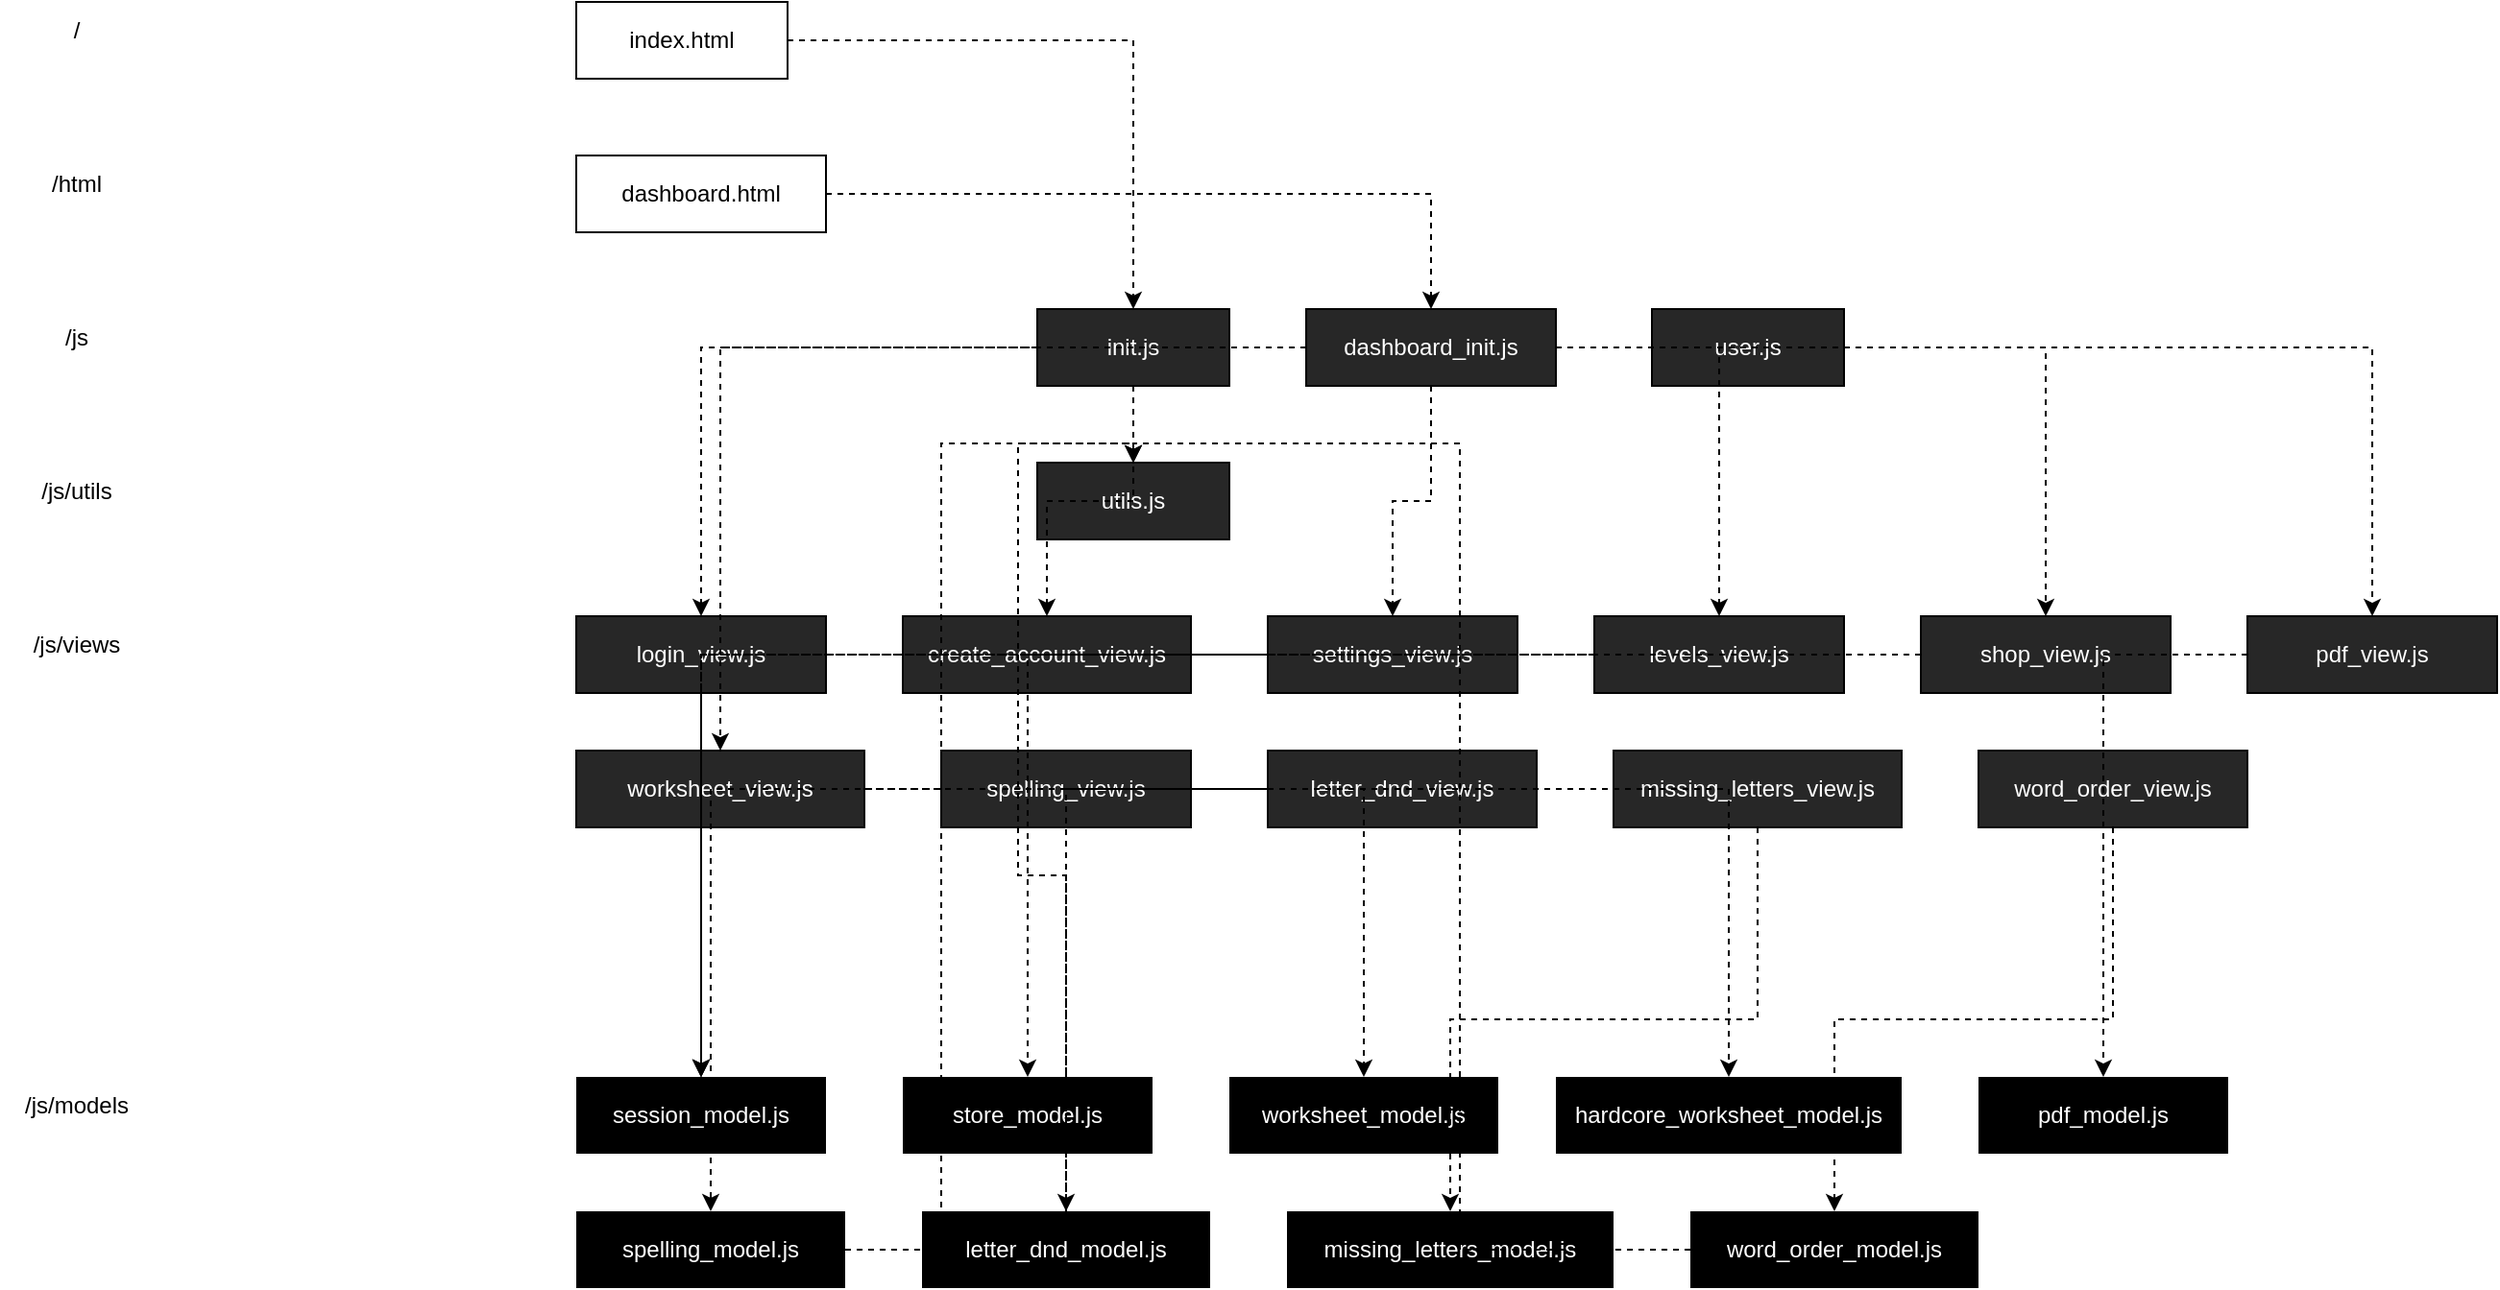
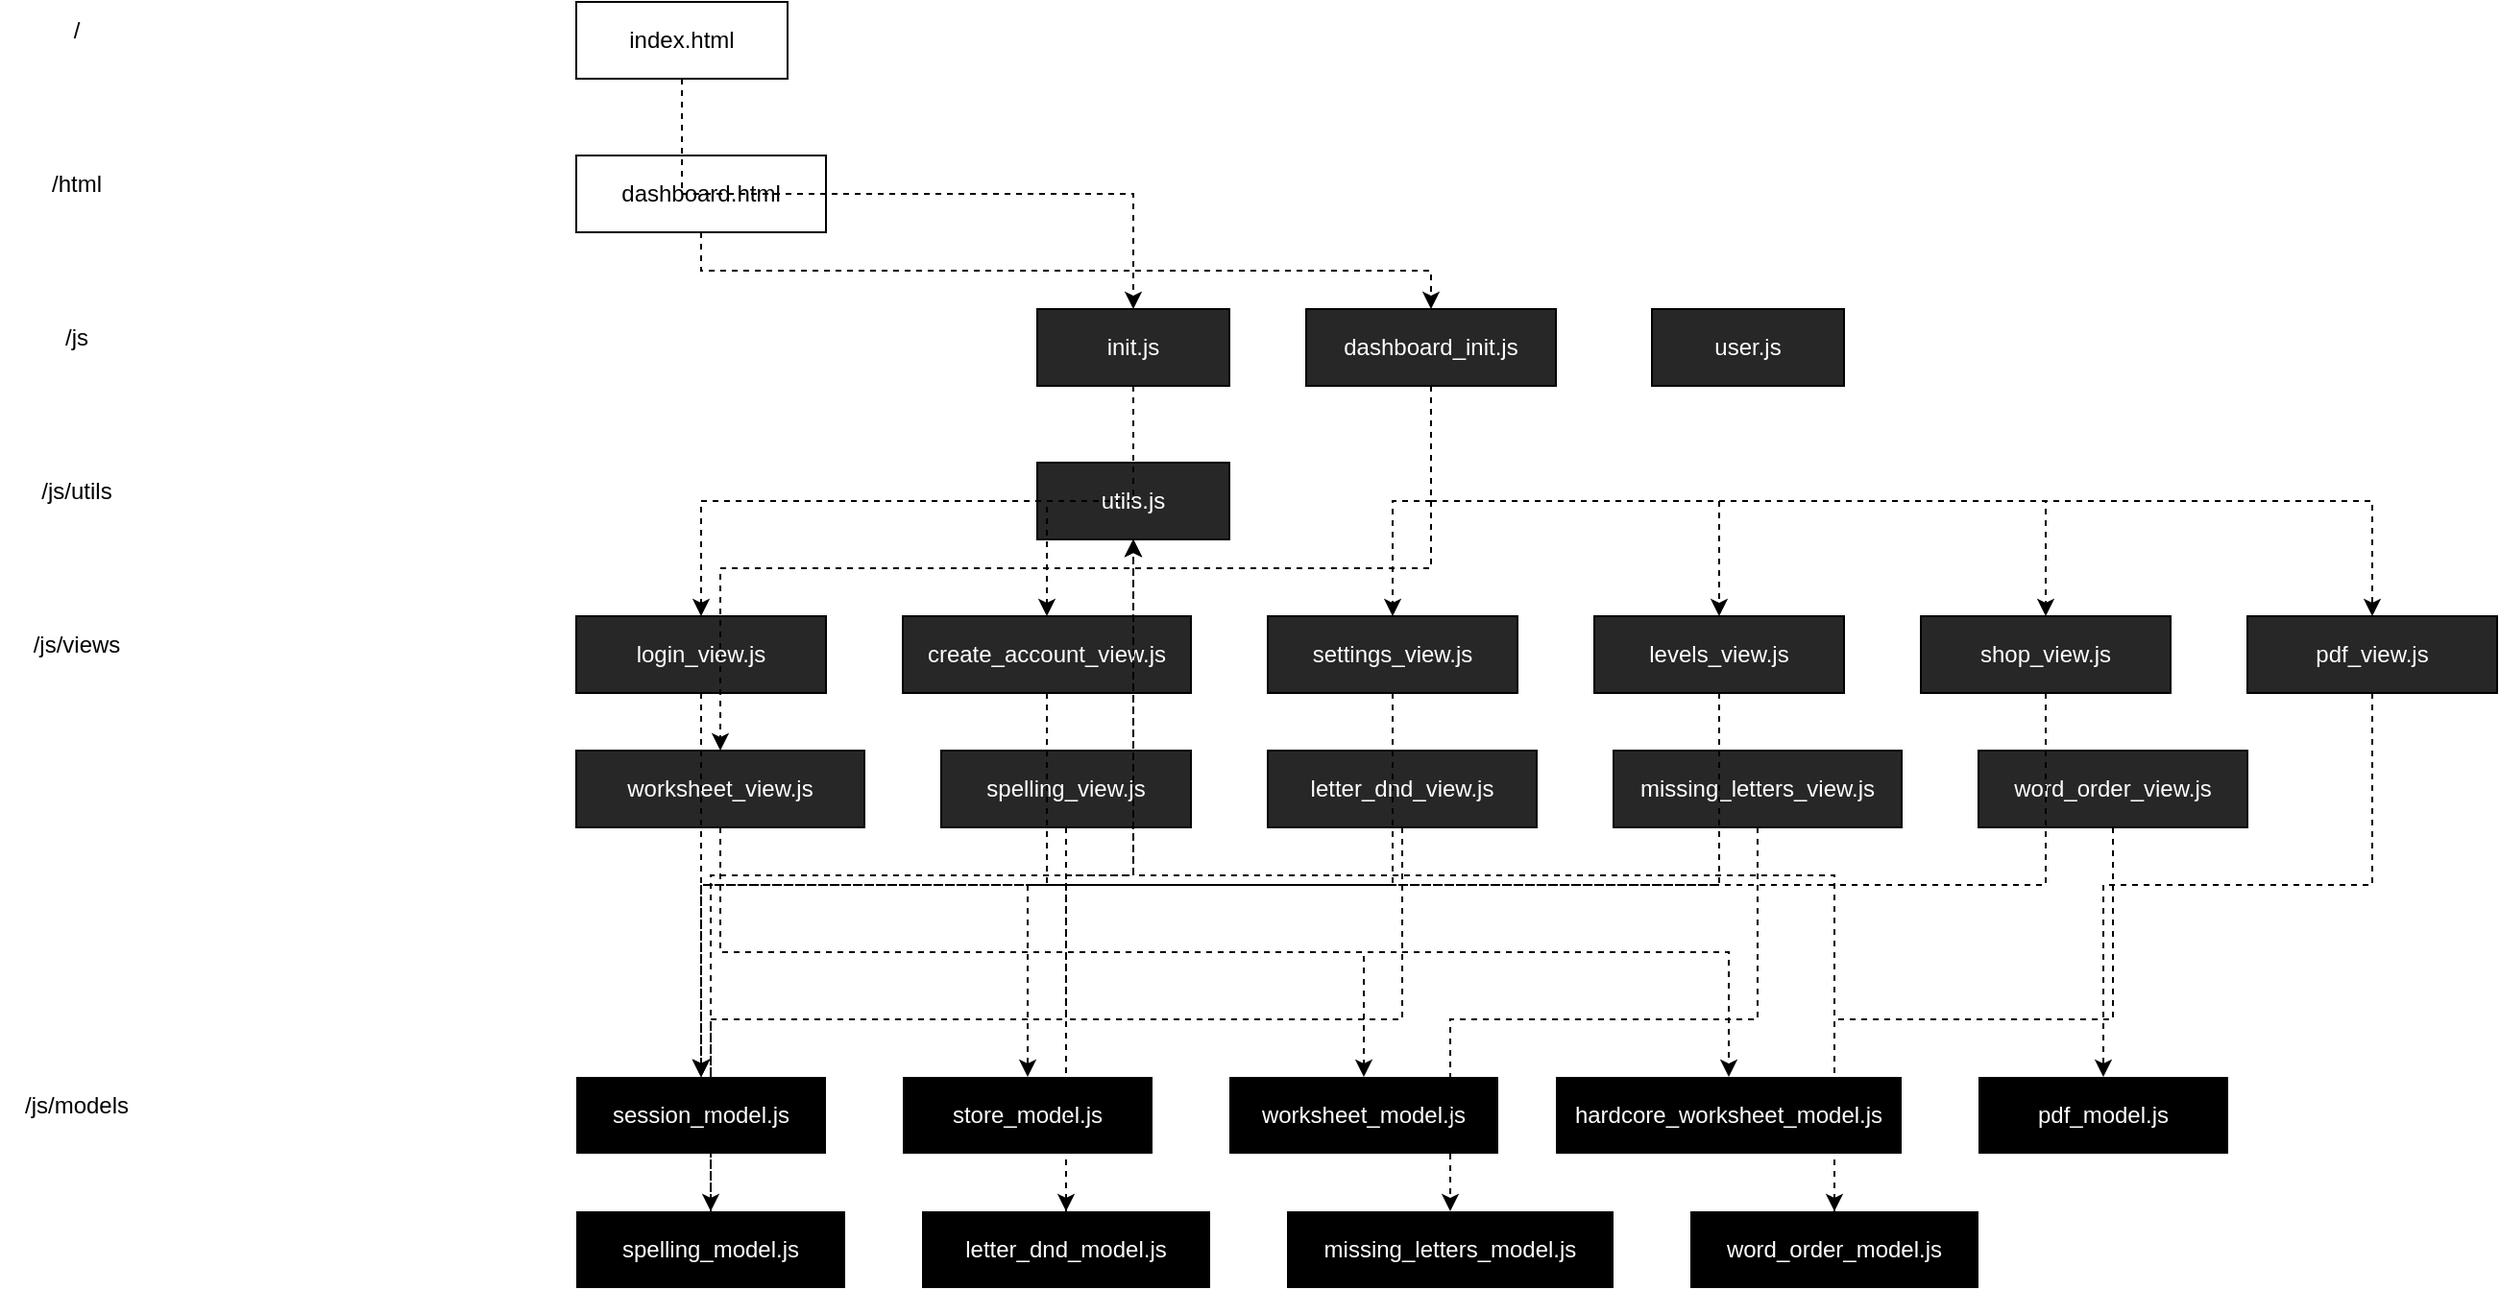
<mxfile host="Electron">
  <diagram name="Page-1" id="osGjP3OjkELTS3u6TDU0">
    <mxGraphModel dx="2367" dy="596" grid="1" gridSize="10" guides="1" tooltips="1" connect="1" arrows="1" fold="1" page="1" pageScale="1" pageWidth="1400" pageHeight="850" math="0" shadow="0">
      <root>
        <mxCell id="0" />
        <mxCell id="1" parent="0" />

        <!-- ====== Directory tree labels ====== -->
        <mxCell id="lbl-root" parent="1" style="html=1;whiteSpace=wrap;fillColor=none;strokeColor=none;" value="/" vertex="1">
          <mxGeometry height="30" width="80" x="-240" y="20" as="geometry" />
        </mxCell>
        <mxCell id="lbl-html" parent="1" style="html=1;whiteSpace=wrap;fillColor=none;strokeColor=none;" value="/html" vertex="1">
          <mxGeometry height="30" width="80" x="-240" y="100" as="geometry" />
        </mxCell>
        <mxCell id="lbl-js" parent="1" style="html=1;whiteSpace=wrap;fillColor=none;strokeColor=none;" value="/js" vertex="1">
          <mxGeometry height="30" width="80" x="-240" y="180" as="geometry" />
        </mxCell>
        <mxCell id="lbl-utils" parent="1" style="html=1;whiteSpace=wrap;fillColor=none;strokeColor=none;" value="/js/utils" vertex="1">
          <mxGeometry height="30" width="80" x="-240" y="260" as="geometry" />
        </mxCell>
        <mxCell id="lbl-views" parent="1" style="html=1;whiteSpace=wrap;fillColor=none;strokeColor=none;" value="/js/views" vertex="1">
          <mxGeometry height="30" width="80" x="-240" y="340" as="geometry" />
        </mxCell>
        <mxCell id="lbl-models" parent="1" style="html=1;whiteSpace=wrap;fillColor=none;strokeColor=none;" value="/js/models" vertex="1">
          <mxGeometry height="30" width="80" x="-240" y="580" as="geometry" />
        </mxCell>

        <!-- ====== HTML files ====== -->
        <mxCell id="html-index" parent="1" style="html=1;whiteSpace=wrap;fillColor=none;" value="index.html" vertex="1">
          <mxGeometry height="40" width="110" x="60" y="20" as="geometry" />
        </mxCell>
        <mxCell id="html-dash" parent="1" style="html=1;whiteSpace=wrap;fillColor=none;" value="dashboard.html" vertex="1">
          <mxGeometry height="40" width="130" x="60" y="100" as="geometry" />
        </mxCell>

        <!-- ====== JS entry points ====== -->
        <mxCell id="js-init" parent="1" style="html=1;whiteSpace=wrap;fillColor=#272727;fontColor=#FFFFFF;" value="init.js" vertex="1">
          <mxGeometry height="40" width="100" x="300" y="180" as="geometry" />
        </mxCell>
        <mxCell id="js-dash-init" parent="1" style="html=1;whiteSpace=wrap;fillColor=#272727;fontColor=#FFFFFF;" value="dashboard_init.js" vertex="1">
          <mxGeometry height="40" width="130" x="440" y="180" as="geometry" />
        </mxCell>
        <mxCell id="js-user" parent="1" style="html=1;whiteSpace=wrap;fillColor=#272727;fontColor=#FFFFFF;" value="user.js" vertex="1">
          <mxGeometry height="40" width="100" x="620" y="180" as="geometry" />
        </mxCell>

        <!-- ====== Utils ====== -->
        <mxCell id="js-utils" parent="1" style="html=1;whiteSpace=wrap;fillColor=#272727;fontColor=#FFFFFF;" value="utils.js" vertex="1">
          <mxGeometry height="40" width="100" x="300" y="260" as="geometry" />
        </mxCell>

        <!-- ====== Views — Row 1 ====== -->
        <mxCell id="view-login" parent="1" style="html=1;whiteSpace=wrap;fillColor=#272727;fontColor=#FFFFFF;" value="login_view.js" vertex="1">
          <mxGeometry height="40" width="130" x="60" y="340" as="geometry" />
        </mxCell>
        <mxCell id="view-createacct" parent="1" style="html=1;whiteSpace=wrap;fillColor=#272727;fontColor=#FFFFFF;" value="create_account_view.js" vertex="1">
          <mxGeometry height="40" width="150" x="230" y="340" as="geometry" />
        </mxCell>
        <mxCell id="view-settings" parent="1" style="html=1;whiteSpace=wrap;fillColor=#272727;fontColor=#FFFFFF;" value="settings_view.js" vertex="1">
          <mxGeometry height="40" width="130" x="420" y="340" as="geometry" />
        </mxCell>
        <mxCell id="view-levels" parent="1" style="html=1;whiteSpace=wrap;fillColor=#272727;fontColor=#FFFFFF;" value="levels_view.js" vertex="1">
          <mxGeometry height="40" width="130" x="590" y="340" as="geometry" />
        </mxCell>
        <mxCell id="view-shop" parent="1" style="html=1;whiteSpace=wrap;fillColor=#272727;fontColor=#FFFFFF;" value="shop_view.js" vertex="1">
          <mxGeometry height="40" width="130" x="760" y="340" as="geometry" />
        </mxCell>
        <mxCell id="view-pdf" parent="1" style="html=1;whiteSpace=wrap;fillColor=#272727;fontColor=#FFFFFF;" value="pdf_view.js" vertex="1">
          <mxGeometry height="40" width="130" x="930" y="340" as="geometry" />
        </mxCell>

        <!-- ====== Views — Row 2 ====== -->
        <mxCell id="view-worksheet" parent="1" style="html=1;whiteSpace=wrap;fillColor=#272727;fontColor=#FFFFFF;" value="worksheet_view.js" vertex="1">
          <mxGeometry height="40" width="150" x="60" y="410" as="geometry" />
        </mxCell>
        <mxCell id="view-spelling" parent="1" style="html=1;whiteSpace=wrap;fillColor=#272727;fontColor=#FFFFFF;" value="spelling_view.js" vertex="1">
          <mxGeometry height="40" width="130" x="250" y="410" as="geometry" />
        </mxCell>
        <mxCell id="view-letterdnd" parent="1" style="html=1;whiteSpace=wrap;fillColor=#272727;fontColor=#FFFFFF;" value="letter_dnd_view.js" vertex="1">
          <mxGeometry height="40" width="140" x="420" y="410" as="geometry" />
        </mxCell>
        <mxCell id="view-missing" parent="1" style="html=1;whiteSpace=wrap;fillColor=#272727;fontColor=#FFFFFF;" value="missing_letters_view.js" vertex="1">
          <mxGeometry height="40" width="150" x="600" y="410" as="geometry" />
        </mxCell>
        <mxCell id="view-wordorder" parent="1" style="html=1;whiteSpace=wrap;fillColor=#272727;fontColor=#FFFFFF;" value="word_order_view.js" vertex="1">
          <mxGeometry height="40" width="140" x="790" y="410" as="geometry" />
        </mxCell>

        <!-- ====== Models ====== -->
        <mxCell id="model-session" parent="1" style="html=1;whiteSpace=wrap;fillColor=#000000;fontColor=#FFFFFF;strokeColor=none;" value="session_model.js" vertex="1">
          <mxGeometry height="40" width="130" x="60" y="580" as="geometry" />
        </mxCell>
        <mxCell id="model-store" parent="1" style="html=1;whiteSpace=wrap;fillColor=#000000;fontColor=#FFFFFF;strokeColor=none;" value="store_model.js" vertex="1">
          <mxGeometry height="40" width="130" x="230" y="580" as="geometry" />
        </mxCell>
        <mxCell id="model-worksheet" parent="1" style="html=1;whiteSpace=wrap;fillColor=#000000;fontColor=#FFFFFF;strokeColor=none;" value="worksheet_model.js" vertex="1">
          <mxGeometry height="40" width="140" x="400" y="580" as="geometry" />
        </mxCell>
        <mxCell id="model-hardcore" parent="1" style="html=1;whiteSpace=wrap;fillColor=#000000;fontColor=#FFFFFF;strokeColor=none;" value="hardcore_worksheet_model.js" vertex="1">
          <mxGeometry height="40" width="180" x="570" y="580" as="geometry" />
        </mxCell>
        <mxCell id="model-pdf" parent="1" style="html=1;whiteSpace=wrap;fillColor=#000000;fontColor=#FFFFFF;strokeColor=none;" value="pdf_model.js" vertex="1">
          <mxGeometry height="40" width="130" x="790" y="580" as="geometry" />
        </mxCell>
        <mxCell id="model-spelling" parent="1" style="html=1;whiteSpace=wrap;fillColor=#000000;fontColor=#FFFFFF;strokeColor=none;" value="spelling_model.js" vertex="1">
          <mxGeometry height="40" width="140" x="60" y="650" as="geometry" />
        </mxCell>
        <mxCell id="model-letterdnd" parent="1" style="html=1;whiteSpace=wrap;fillColor=#000000;fontColor=#FFFFFF;strokeColor=none;" value="letter_dnd_model.js" vertex="1">
          <mxGeometry height="40" width="150" x="240" y="650" as="geometry" />
        </mxCell>
        <mxCell id="model-missing" parent="1" style="html=1;whiteSpace=wrap;fillColor=#000000;fontColor=#FFFFFF;strokeColor=none;" value="missing_letters_model.js" vertex="1">
          <mxGeometry height="40" width="170" x="430" y="650" as="geometry" />
        </mxCell>
        <mxCell id="model-wordorder" parent="1" style="html=1;whiteSpace=wrap;fillColor=#000000;fontColor=#FFFFFF;strokeColor=none;" value="word_order_model.js" vertex="1">
          <mxGeometry height="40" width="150" x="640" y="650" as="geometry" />
        </mxCell>

        <!-- ====== Edges: HTML → JS entry points ====== -->
-         <mxCell id="edge-index-init" edge="1" parent="1" source="html-index" style="edgeStyle=orthogonalEdgeStyle;rounded=0;dashed=1;entryX=0.5;entryY=0;" target="js-init">
-           <mxGeometry relative="1" as="geometry" />
-         </mxCell>
-         <mxCell id="edge-dash-dashinit" edge="1" parent="1" source="html-dash" style="edgeStyle=orthogonalEdgeStyle;rounded=0;dashed=1;entryX=0.5;entryY=0;" target="js-dash-init">
+         <mxCell id="edge-index-init" edge="1" parent="1" source="html-index" style="edgeStyle=orthogonalEdgeStyle;rounded=0;orthogonalLoop=1;jettySize=auto;html=1;exitX=0.5;exitY=1;exitDx=0;exitDy=0;entryX=0.5;entryY=0;entryDx=0;entryDy=0;dashed=1;" target="js-init">
+           <mxGeometry relative="1" as="geometry" />
+         </mxCell>
+         <mxCell id="edge-dash-dashinit" edge="1" parent="1" source="html-dash" style="edgeStyle=orthogonalEdgeStyle;rounded=0;orthogonalLoop=1;jettySize=auto;html=1;exitX=0.5;exitY=1;exitDx=0;exitDy=0;entryX=0.5;entryY=0;entryDx=0;entryDy=0;dashed=1;" target="js-dash-init">
          <mxGeometry relative="1" as="geometry" />
        </mxCell>

        <!-- ====== Edges: dashboard_init.js → views ====== -->
-         <mxCell id="edge-dashinit-settings" edge="1" parent="1" source="js-dash-init" style="edgeStyle=orthogonalEdgeStyle;rounded=0;dashed=1;entryX=0.5;entryY=0;" target="view-settings">
-           <mxGeometry relative="1" as="geometry" />
-         </mxCell>
-         <mxCell id="edge-dashinit-levels" edge="1" parent="1" source="js-dash-init" style="edgeStyle=orthogonalEdgeStyle;rounded=0;dashed=1;entryX=0.5;entryY=0;" target="view-levels">
-           <mxGeometry relative="1" as="geometry" />
-         </mxCell>
-         <mxCell id="edge-dashinit-shop" edge="1" parent="1" source="js-dash-init" style="edgeStyle=orthogonalEdgeStyle;rounded=0;dashed=1;entryX=0.5;entryY=0;" target="view-shop">
-           <mxGeometry relative="1" as="geometry" />
-         </mxCell>
-         <mxCell id="edge-dashinit-pdf" edge="1" parent="1" source="js-dash-init" style="edgeStyle=orthogonalEdgeStyle;rounded=0;dashed=1;entryX=0.5;entryY=0;" target="view-pdf">
-           <mxGeometry relative="1" as="geometry" />
-         </mxCell>
-         <mxCell id="edge-dashinit-worksheet" edge="1" parent="1" source="js-dash-init" style="edgeStyle=orthogonalEdgeStyle;rounded=0;dashed=1;entryX=0.5;entryY=0;" target="view-worksheet">
+         <mxCell id="edge-dashinit-settings" edge="1" parent="1" source="js-dash-init" style="edgeStyle=orthogonalEdgeStyle;rounded=0;orthogonalLoop=1;jettySize=auto;html=1;exitX=0.5;exitY=1;exitDx=0;exitDy=0;entryX=0.5;entryY=0;entryDx=0;entryDy=0;dashed=1;" target="view-settings">
+           <mxGeometry relative="1" as="geometry" />
+         </mxCell>
+         <mxCell id="edge-dashinit-levels" edge="1" parent="1" source="js-dash-init" style="edgeStyle=orthogonalEdgeStyle;rounded=0;orthogonalLoop=1;jettySize=auto;html=1;exitX=0.5;exitY=1;exitDx=0;exitDy=0;entryX=0.5;entryY=0;entryDx=0;entryDy=0;dashed=1;" target="view-levels">
+           <mxGeometry relative="1" as="geometry" />
+         </mxCell>
+         <mxCell id="edge-dashinit-shop" edge="1" parent="1" source="js-dash-init" style="edgeStyle=orthogonalEdgeStyle;rounded=0;orthogonalLoop=1;jettySize=auto;html=1;exitX=0.5;exitY=1;exitDx=0;exitDy=0;entryX=0.5;entryY=0;entryDx=0;entryDy=0;dashed=1;" target="view-shop">
+           <mxGeometry relative="1" as="geometry" />
+         </mxCell>
+         <mxCell id="edge-dashinit-pdf" edge="1" parent="1" source="js-dash-init" style="edgeStyle=orthogonalEdgeStyle;rounded=0;orthogonalLoop=1;jettySize=auto;html=1;exitX=0.5;exitY=1;exitDx=0;exitDy=0;entryX=0.5;entryY=0;entryDx=0;entryDy=0;dashed=1;" target="view-pdf">
+           <mxGeometry relative="1" as="geometry" />
+         </mxCell>
+         <mxCell id="edge-dashinit-worksheet" edge="1" parent="1" source="js-dash-init" style="edgeStyle=orthogonalEdgeStyle;rounded=0;orthogonalLoop=1;jettySize=auto;html=1;exitX=0.5;exitY=1;exitDx=0;exitDy=0;entryX=0.5;entryY=0;entryDx=0;entryDy=0;dashed=1;" target="view-worksheet">
          <mxGeometry relative="1" as="geometry" />
        </mxCell>

        <!-- ====== Edges: init.js → landing views ====== -->
-         <mxCell id="edge-init-login" edge="1" parent="1" source="js-init" style="edgeStyle=orthogonalEdgeStyle;rounded=0;dashed=1;entryX=0.5;entryY=0;" target="view-login">
-           <mxGeometry relative="1" as="geometry" />
-         </mxCell>
-         <mxCell id="edge-init-createacct" edge="1" parent="1" source="js-init" style="edgeStyle=orthogonalEdgeStyle;rounded=0;dashed=1;entryX=0.5;entryY=0;" target="view-createacct">
+         <mxCell id="edge-init-login" edge="1" parent="1" source="js-init" style="edgeStyle=orthogonalEdgeStyle;rounded=0;orthogonalLoop=1;jettySize=auto;html=1;exitX=0.5;exitY=1;exitDx=0;exitDy=0;entryX=0.5;entryY=0;entryDx=0;entryDy=0;dashed=1;" target="view-login">
+           <mxGeometry relative="1" as="geometry" />
+         </mxCell>
+         <mxCell id="edge-init-createacct" edge="1" parent="1" source="js-init" style="edgeStyle=orthogonalEdgeStyle;rounded=0;orthogonalLoop=1;jettySize=auto;html=1;exitX=0.5;exitY=1;exitDx=0;exitDy=0;entryX=0.5;entryY=0;entryDx=0;entryDy=0;dashed=1;" target="view-createacct">
          <mxGeometry relative="1" as="geometry" />
        </mxCell>

        <!-- ====== Edges: views → models ====== -->
-         <mxCell id="edge-worksheet-model" edge="1" parent="1" source="view-worksheet" style="edgeStyle=orthogonalEdgeStyle;rounded=0;dashed=1;entryX=0.5;entryY=0;" target="model-worksheet">
-           <mxGeometry relative="1" as="geometry" />
-         </mxCell>
-         <mxCell id="edge-worksheet-hardcore" edge="1" parent="1" source="view-worksheet" style="edgeStyle=orthogonalEdgeStyle;rounded=0;dashed=1;entryX=0.5;entryY=0;" target="model-hardcore">
-           <mxGeometry relative="1" as="geometry" />
-         </mxCell>
-         <mxCell id="edge-spelling" edge="1" parent="1" source="view-spelling" style="edgeStyle=orthogonalEdgeStyle;rounded=0;dashed=1;entryX=0.5;entryY=0;" target="model-spelling">
-           <mxGeometry relative="1" as="geometry" />
-         </mxCell>
-         <mxCell id="edge-letterdnd" edge="1" parent="1" source="view-letterdnd" style="edgeStyle=orthogonalEdgeStyle;rounded=0;dashed=1;entryX=0.5;entryY=0;" target="model-letterdnd">
-           <mxGeometry relative="1" as="geometry" />
-         </mxCell>
-         <mxCell id="edge-missing" edge="1" parent="1" source="view-missing" style="edgeStyle=orthogonalEdgeStyle;rounded=0;dashed=1;entryX=0.5;entryY=0;" target="model-missing">
-           <mxGeometry relative="1" as="geometry" />
-         </mxCell>
-         <mxCell id="edge-wordorder" edge="1" parent="1" source="view-wordorder" style="edgeStyle=orthogonalEdgeStyle;rounded=0;dashed=1;entryX=0.5;entryY=0;" target="model-wordorder">
-           <mxGeometry relative="1" as="geometry" />
-         </mxCell>
-         <mxCell id="edge-shop-store" edge="1" parent="1" source="view-shop" style="edgeStyle=orthogonalEdgeStyle;rounded=0;dashed=1;entryX=0.5;entryY=0;" target="model-store">
-           <mxGeometry relative="1" as="geometry" />
-         </mxCell>
-         <mxCell id="edge-pdf-model" edge="1" parent="1" source="view-pdf" style="edgeStyle=orthogonalEdgeStyle;rounded=0;dashed=1;entryX=0.5;entryY=0;" target="model-pdf">
-           <mxGeometry relative="1" as="geometry" />
-         </mxCell>
-         <mxCell id="edge-settings-session" edge="1" parent="1" source="view-settings" style="edgeStyle=orthogonalEdgeStyle;rounded=0;dashed=1;entryX=0.5;entryY=0;" target="model-session">
-           <mxGeometry relative="1" as="geometry" />
-         </mxCell>
-         <mxCell id="edge-login-session" edge="1" parent="1" source="view-login" style="edgeStyle=orthogonalEdgeStyle;rounded=0;dashed=1;entryX=0.5;entryY=0;" target="model-session">
-           <mxGeometry relative="1" as="geometry" />
-         </mxCell>
-         <mxCell id="edge-createacct-session" edge="1" parent="1" source="view-createacct" style="edgeStyle=orthogonalEdgeStyle;rounded=0;dashed=1;entryX=0.5;entryY=0;" target="model-session">
-           <mxGeometry relative="1" as="geometry" />
-         </mxCell>
-         <mxCell id="edge-levels-session" edge="1" parent="1" source="view-levels" style="edgeStyle=orthogonalEdgeStyle;rounded=0;dashed=1;entryX=0.5;entryY=0;" target="model-session">
-           <mxGeometry relative="1" as="geometry" />
-         </mxCell>
- 
-         <!-- ====== Edges: models → utils ====== -->
-         <mxCell id="edge-spelling-utils" edge="1" parent="1" source="model-spelling" style="edgeStyle=orthogonalEdgeStyle;rounded=0;dashed=1;entryX=0.5;entryY=0;" target="js-utils">
-           <mxGeometry relative="1" as="geometry" />
-         </mxCell>
-         <mxCell id="edge-letterdnd-utils" edge="1" parent="1" source="model-letterdnd" style="edgeStyle=orthogonalEdgeStyle;rounded=0;dashed=1;entryX=0.5;entryY=0;" target="js-utils">
-           <mxGeometry relative="1" as="geometry" />
-         </mxCell>
-         <mxCell id="edge-wordorder-utils" edge="1" parent="1" source="model-wordorder" style="edgeStyle=orthogonalEdgeStyle;rounded=0;dashed=1;entryX=0.5;entryY=0;" target="js-utils">
+         <mxCell id="edge-worksheet-model" edge="1" parent="1" source="view-worksheet" style="edgeStyle=orthogonalEdgeStyle;rounded=0;orthogonalLoop=1;jettySize=auto;html=1;exitX=0.5;exitY=1;exitDx=0;exitDy=0;entryX=0.5;entryY=0;entryDx=0;entryDy=0;dashed=1;" target="model-worksheet">
+           <mxGeometry relative="1" as="geometry" />
+         </mxCell>
+         <mxCell id="edge-worksheet-hardcore" edge="1" parent="1" source="view-worksheet" style="edgeStyle=orthogonalEdgeStyle;rounded=0;orthogonalLoop=1;jettySize=auto;html=1;exitX=0.5;exitY=1;exitDx=0;exitDy=0;entryX=0.5;entryY=0;entryDx=0;entryDy=0;dashed=1;" target="model-hardcore">
+           <mxGeometry relative="1" as="geometry" />
+         </mxCell>
+         <mxCell id="edge-spelling" edge="1" parent="1" source="view-spelling" style="edgeStyle=orthogonalEdgeStyle;rounded=0;orthogonalLoop=1;jettySize=auto;html=1;exitX=0.5;exitY=1;exitDx=0;exitDy=0;entryX=0.5;entryY=0;entryDx=0;entryDy=0;dashed=1;" target="model-spelling">
+           <mxGeometry relative="1" as="geometry" />
+         </mxCell>
+         <mxCell id="edge-letterdnd" edge="1" parent="1" source="view-letterdnd" style="edgeStyle=orthogonalEdgeStyle;rounded=0;orthogonalLoop=1;jettySize=auto;html=1;exitX=0.5;exitY=1;exitDx=0;exitDy=0;entryX=0.5;entryY=0;entryDx=0;entryDy=0;dashed=1;" target="model-letterdnd">
+           <mxGeometry relative="1" as="geometry" />
+         </mxCell>
+         <mxCell id="edge-missing" edge="1" parent="1" source="view-missing" style="edgeStyle=orthogonalEdgeStyle;rounded=0;orthogonalLoop=1;jettySize=auto;html=1;exitX=0.5;exitY=1;exitDx=0;exitDy=0;entryX=0.5;entryY=0;entryDx=0;entryDy=0;dashed=1;" target="model-missing">
+           <mxGeometry relative="1" as="geometry" />
+         </mxCell>
+         <mxCell id="edge-wordorder" edge="1" parent="1" source="view-wordorder" style="edgeStyle=orthogonalEdgeStyle;rounded=0;orthogonalLoop=1;jettySize=auto;html=1;exitX=0.5;exitY=1;exitDx=0;exitDy=0;entryX=0.5;entryY=0;entryDx=0;entryDy=0;dashed=1;" target="model-wordorder">
+           <mxGeometry relative="1" as="geometry" />
+         </mxCell>
+         <mxCell id="edge-shop-store" edge="1" parent="1" source="view-shop" style="edgeStyle=orthogonalEdgeStyle;rounded=0;orthogonalLoop=1;jettySize=auto;html=1;exitX=0.5;exitY=1;exitDx=0;exitDy=0;entryX=0.5;entryY=0;entryDx=0;entryDy=0;dashed=1;" target="model-store">
+           <mxGeometry relative="1" as="geometry" />
+         </mxCell>
+         <mxCell id="edge-pdf-model" edge="1" parent="1" source="view-pdf" style="edgeStyle=orthogonalEdgeStyle;rounded=0;orthogonalLoop=1;jettySize=auto;html=1;exitX=0.5;exitY=1;exitDx=0;exitDy=0;entryX=0.5;entryY=0;entryDx=0;entryDy=0;dashed=1;" target="model-pdf">
+           <mxGeometry relative="1" as="geometry" />
+         </mxCell>
+         <mxCell id="edge-settings-session" edge="1" parent="1" source="view-settings" style="edgeStyle=orthogonalEdgeStyle;rounded=0;orthogonalLoop=1;jettySize=auto;html=1;exitX=0.5;exitY=1;exitDx=0;exitDy=0;entryX=0.5;entryY=0;entryDx=0;entryDy=0;dashed=1;" target="model-session">
+           <mxGeometry relative="1" as="geometry" />
+         </mxCell>
+         <mxCell id="edge-login-session" edge="1" parent="1" source="view-login" style="edgeStyle=orthogonalEdgeStyle;rounded=0;orthogonalLoop=1;jettySize=auto;html=1;exitX=0.5;exitY=1;exitDx=0;exitDy=0;entryX=0.5;entryY=0;entryDx=0;entryDy=0;dashed=1;" target="model-session">
+           <mxGeometry relative="1" as="geometry" />
+         </mxCell>
+         <mxCell id="edge-createacct-session" edge="1" parent="1" source="view-createacct" style="edgeStyle=orthogonalEdgeStyle;rounded=0;orthogonalLoop=1;jettySize=auto;html=1;exitX=0.5;exitY=1;exitDx=0;exitDy=0;entryX=0.5;entryY=0;entryDx=0;entryDy=0;dashed=1;" target="model-session">
+           <mxGeometry relative="1" as="geometry" />
+         </mxCell>
+         <mxCell id="edge-levels-session" edge="1" parent="1" source="view-levels" style="edgeStyle=orthogonalEdgeStyle;rounded=0;orthogonalLoop=1;jettySize=auto;html=1;exitX=0.5;exitY=1;exitDx=0;exitDy=0;entryX=0.5;entryY=0;entryDx=0;entryDy=0;dashed=1;" target="model-session">
+           <mxGeometry relative="1" as="geometry" />
+         </mxCell>
+ 
+         <!-- ====== Edges: models → utils (reverse direction, enter from bottom) ====== -->
+         <mxCell id="edge-spelling-utils" edge="1" parent="1" source="model-spelling" style="edgeStyle=orthogonalEdgeStyle;rounded=0;orthogonalLoop=1;jettySize=auto;html=1;exitX=0.5;exitY=0;exitDx=0;exitDy=0;entryX=0.5;entryY=1;entryDx=0;entryDy=0;dashed=1;" target="js-utils">
+           <mxGeometry relative="1" as="geometry" />
+         </mxCell>
+         <mxCell id="edge-letterdnd-utils" edge="1" parent="1" source="model-letterdnd" style="edgeStyle=orthogonalEdgeStyle;rounded=0;orthogonalLoop=1;jettySize=auto;html=1;exitX=0.5;exitY=0;exitDx=0;exitDy=0;entryX=0.5;entryY=1;entryDx=0;entryDy=0;dashed=1;" target="js-utils">
+           <mxGeometry relative="1" as="geometry" />
+         </mxCell>
+         <mxCell id="edge-wordorder-utils" edge="1" parent="1" source="model-wordorder" style="edgeStyle=orthogonalEdgeStyle;rounded=0;orthogonalLoop=1;jettySize=auto;html=1;exitX=0.5;exitY=0;exitDx=0;exitDy=0;entryX=0.5;entryY=1;entryDx=0;entryDy=0;dashed=1;" target="js-utils">
          <mxGeometry relative="1" as="geometry" />
        </mxCell>
      </root>
    </mxGraphModel>
  </diagram>
</mxfile>
